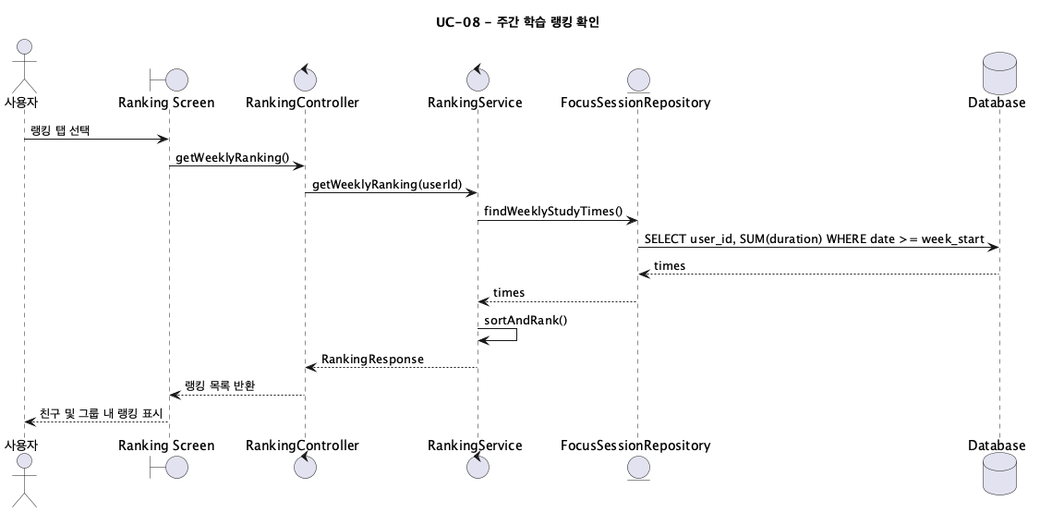
Above: screenshots/sequence-diagram/UC08_StudyRanking.png in jeongiryang/SoftwareEngineering_team15_project_-Smart-Edu-Platform (PlantUML), before the change. Source of this version:
```plantuml
@startuml UC08_StudyRanking
title UC-08 - 주간 학습 랭킹 확인

actor "사용자" as User
boundary "Ranking Screen" as UI
control "RankingController" as RankingController
control "RankingService" as RankingService
entity "FocusSessionRepository" as FocusSessionRepository
database "Database" as DB

User -> UI: 랭킹 탭 선택
UI -> RankingController: getWeeklyRanking()
RankingController -> RankingService: getWeeklyRanking(userId)
RankingService -> FocusSessionRepository: findWeeklyStudyTimes()
FocusSessionRepository -> DB: SELECT user_id, SUM(duration) WHERE date >= week_start
DB --> FocusSessionRepository: times
FocusSessionRepository --> RankingService: times
RankingService -> RankingService: sortAndRank()
RankingService --> RankingController: RankingResponse
RankingController --> UI: 랭킹 목록 반환
UI --> User: 친구 및 그룹 내 랭킹 표시
@enduml
```
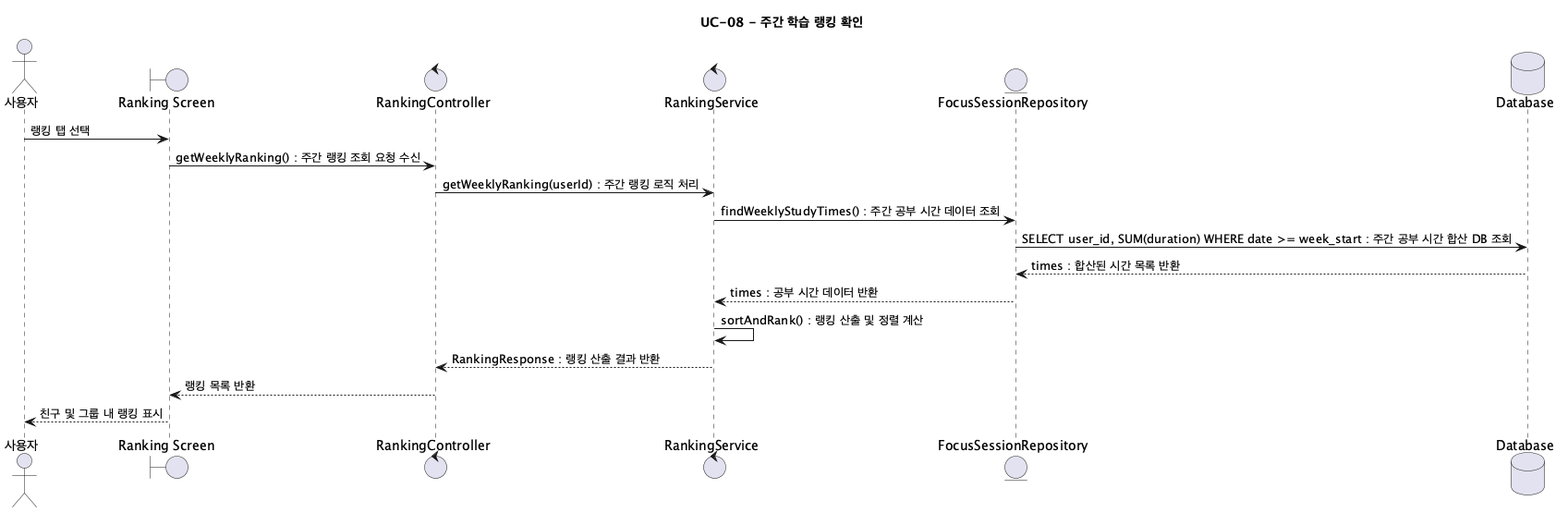
The same diagram one commit later.

The edit, as a diff of the source:
```diff
@@ -9,14 +9,14 @@
 database "Database" as DB
 
 User -> UI: 랭킹 탭 선택
-UI -> RankingController: getWeeklyRanking()
-RankingController -> RankingService: getWeeklyRanking(userId)
-RankingService -> FocusSessionRepository: findWeeklyStudyTimes()
-FocusSessionRepository -> DB: SELECT user_id, SUM(duration) WHERE date >= week_start
-DB --> FocusSessionRepository: times
-FocusSessionRepository --> RankingService: times
-RankingService -> RankingService: sortAndRank()
-RankingService --> RankingController: RankingResponse
+UI -> RankingController: getWeeklyRanking() : 주간 랭킹 조회 요청 수신
+RankingController -> RankingService: getWeeklyRanking(userId) : 주간 랭킹 로직 처리
+RankingService -> FocusSessionRepository: findWeeklyStudyTimes() : 주간 공부 시간 데이터 조회
+FocusSessionRepository -> DB: SELECT user_id, SUM(duration) WHERE date >= week_start : 주간 공부 시간 합산 DB 조회
+DB --> FocusSessionRepository: times : 합산된 시간 목록 반환
+FocusSessionRepository --> RankingService: times : 공부 시간 데이터 반환
+RankingService -> RankingService: sortAndRank() : 랭킹 산출 및 정렬 계산
+RankingService --> RankingController: RankingResponse : 랭킹 산출 결과 반환
 RankingController --> UI: 랭킹 목록 반환
 UI --> User: 친구 및 그룹 내 랭킹 표시
 @enduml
```
